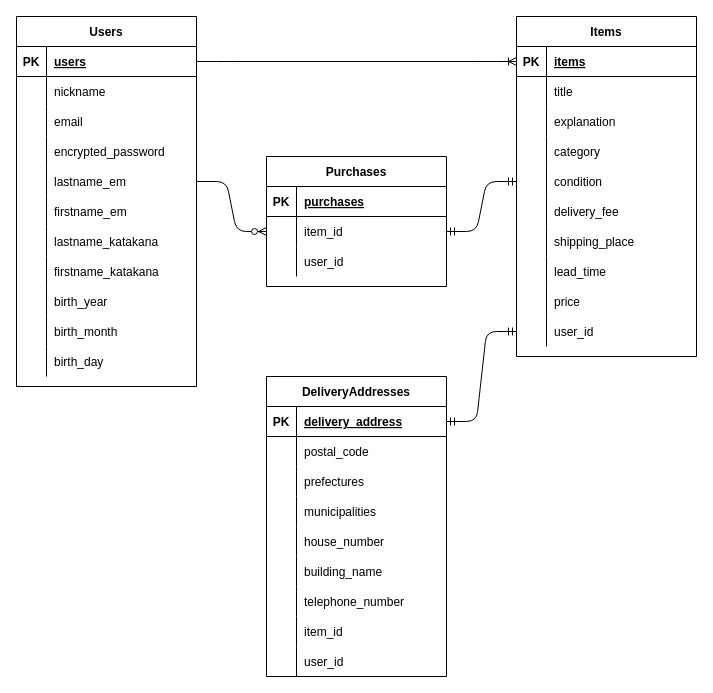
The draw.io diagram furima.dio in hirokichitana/furima-37142, before the edit. Source tidied: cells renumbered, new cells numbered last; positions are measured from the earlier drawing's top-left corner, leaving out a move shared by most shapes. Both pictures are drawn from the tidied source at 100%, with x=0, y=0 at pixel (16, 16).
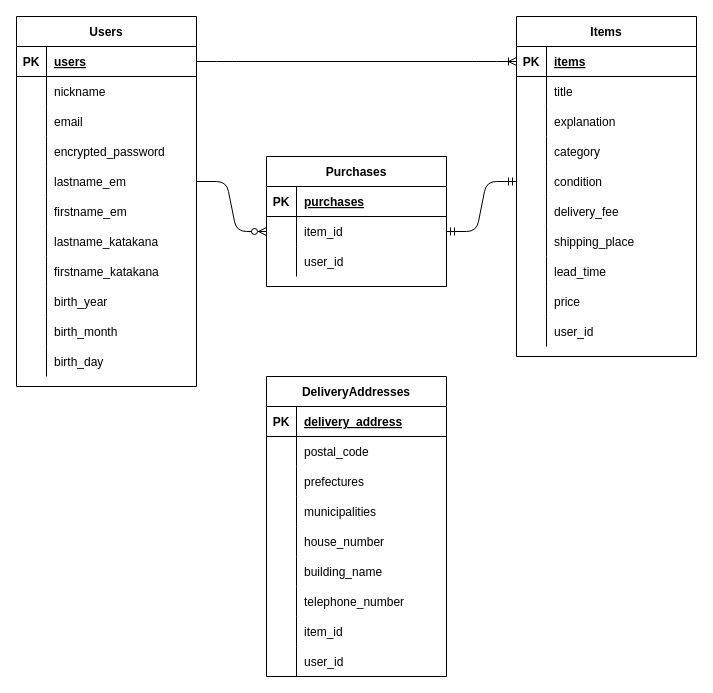
The same page after the edit.

Commit message (it also covers changes not shown here):
発送先住所とitemsテーブルのアソシエーションの修正

The change refers to these unchanged cells:
```xml
<mxCell id="30" style="shape=partialRectangle;fillColor=none;top=0;left=0;bottom=0;right=0;points=[[0,0.5],[1,0.5]];portConstraint=eastwest;rounded=0;" parent="2" vertex="1">
  <mxGeometry y="300" width="180" height="30" as="geometry" />
</mxCell>
<mxCell id="69" style="shape=partialRectangle;fillColor=none;top=0;left=0;bottom=1;right=0;points=[[0,0.5],[1,0.5]];portConstraint=eastwest;rounded=0;" parent="68" vertex="1">
  <mxGeometry y="30" width="180" height="30" as="geometry" />
</mxCell>
```

Change to the diagram source:
```diff
@@
-    <mxCell id="96" style="edgeStyle=entityRelationEdgeStyle;fontSize=12;html=1;endArrow=ERmandOne;startArrow=ERmandOne;entryX=0;entryY=0.5;entryDx=0;entryDy=0;exitX=1;exitY=0.5;exitDx=0;exitDy=0;" parent="1" edge="1" source="69" target="30">
-      <mxGeometry relative="1" as="geometry" />
-    </mxCell>
```
